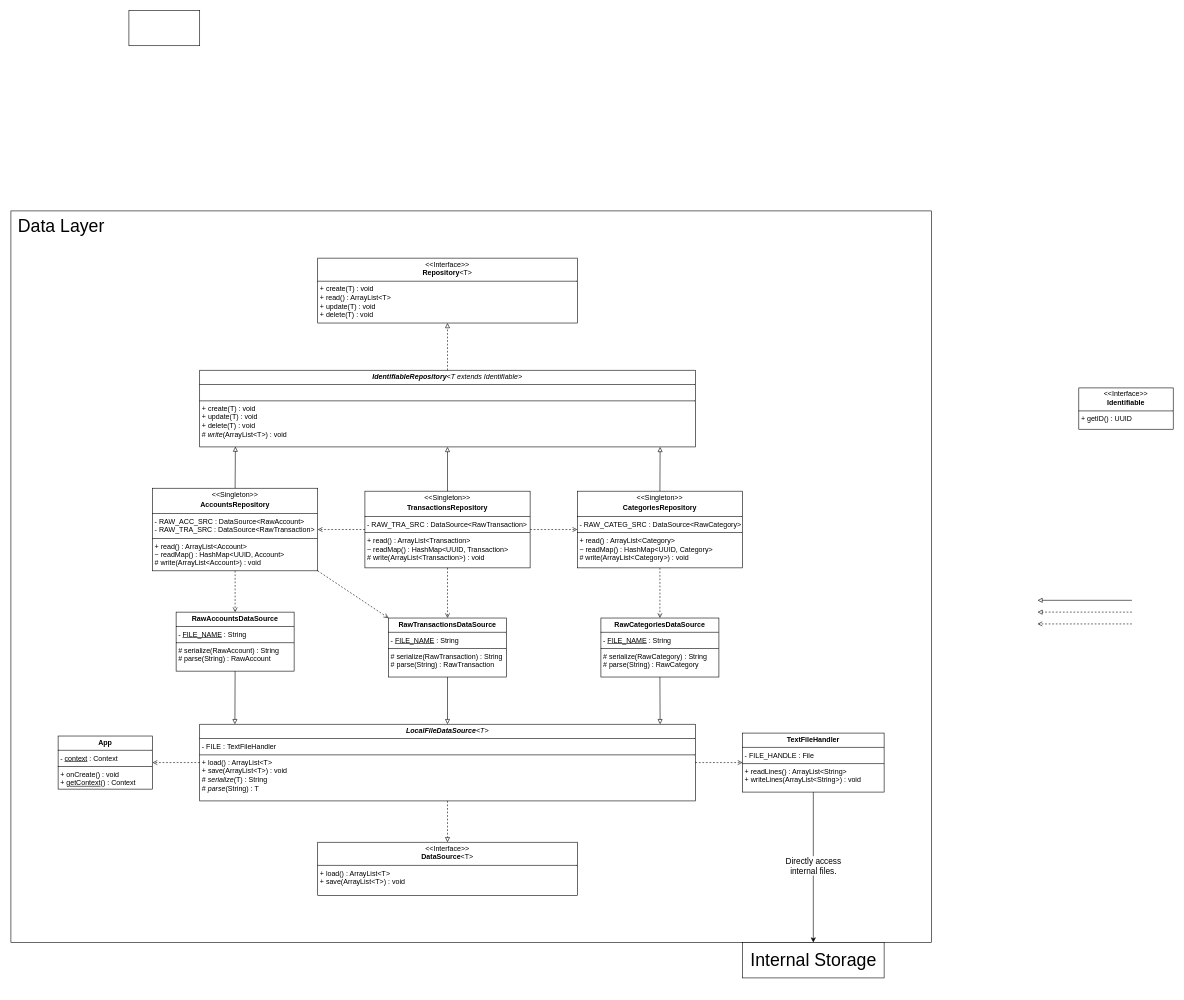
Above: docs/class-diagram.drawio in jaczanet/Expenses (draw.io), before the change. Source tidied: cells renumbered, new cells numbered last; positions are measured from the earlier drawing's top-left corner, leaving out a move shared by most shapes. Both pictures are drawn from the tidied source at 59%, with x=0, y=0 at pixel (11, 10).
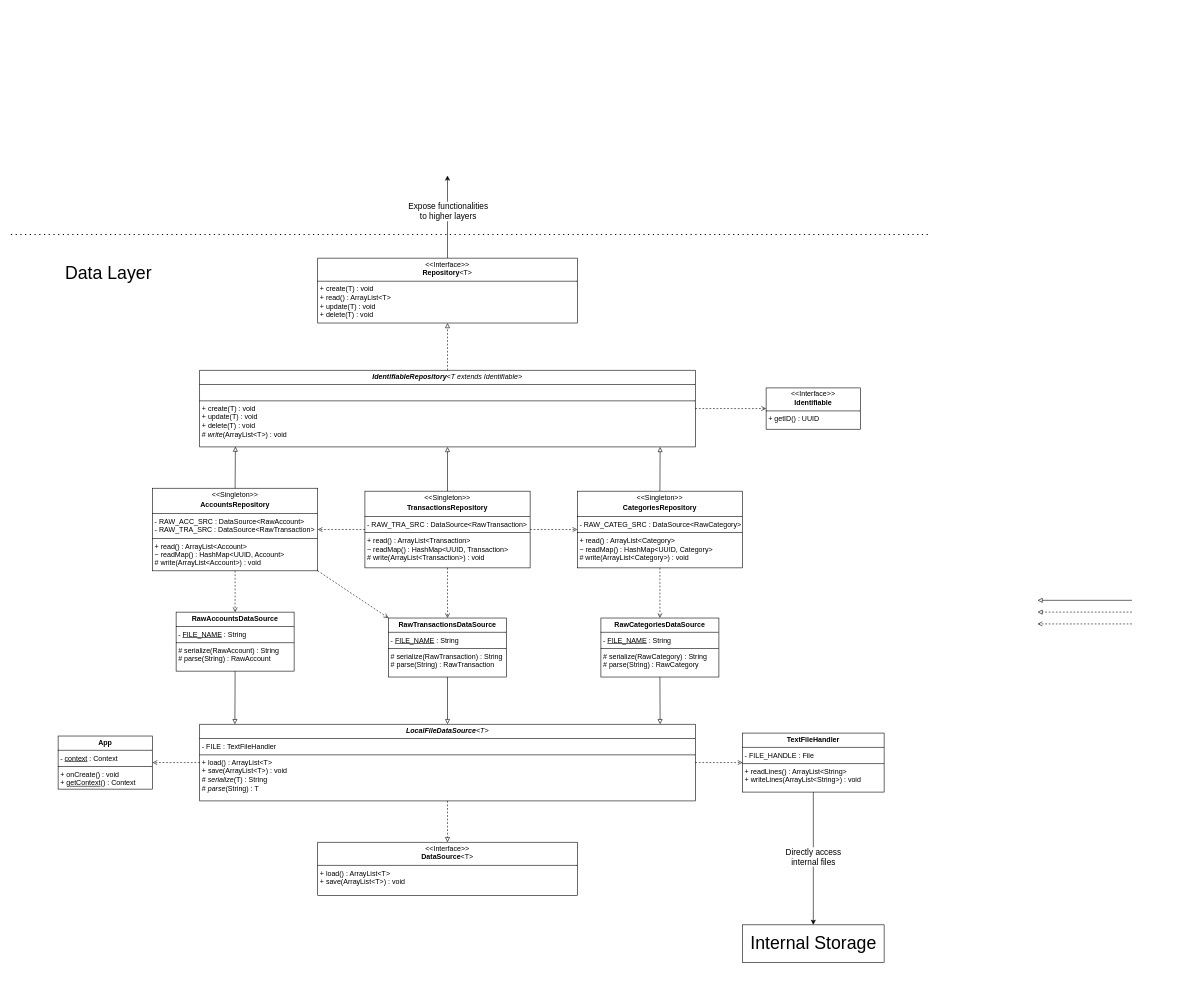
After the change.

Unchanged cells that the change refers to:
```xml
<mxCell id="5" style="group;" parent="1" vertex="1">
  <mxGeometry x="80" y="420" width="1400" height="1080" as="geometry" />
</mxCell>
<mxCell id="9" value="&lt;p style=&quot;margin:0px;margin-top:4px;text-align:center;&quot;&gt;&amp;lt;&amp;lt;Interface&amp;gt;&amp;gt;&lt;br&gt;&lt;b&gt;Repository&lt;/b&gt;&amp;lt;T&amp;gt;&lt;/p&gt;&lt;hr size=&quot;1&quot; style=&quot;border-style:solid;&quot;&gt;&lt;p style=&quot;margin:0px;margin-left:4px;&quot;&gt;+ create(T) : void&lt;br&gt;&lt;/p&gt;&lt;p style=&quot;margin:0px;margin-left:4px;&quot;&gt;+ read() : ArrayList&amp;lt;T&amp;gt;&lt;/p&gt;&lt;p style=&quot;margin:0px;margin-left:4px;&quot;&gt;+ update(T) : void&lt;/p&gt;&lt;p style=&quot;margin:0px;margin-left:4px;&quot;&gt;+ delete(T) : void&lt;/p&gt;" style="verticalAlign=top;align=left;overflow=fill;html=1;whiteSpace=wrap;" parent="5" vertex="1">
  <mxGeometry x="440" width="440" height="110" as="geometry" />
</mxCell>
<mxCell id="11" value="&lt;p style=&quot;margin:0px;margin-top:4px;text-align:center;&quot;&gt;&lt;i&gt;&lt;b&gt;IdentifiableRepository&lt;/b&gt;&amp;lt;T extends Identifiable&amp;gt;&lt;/i&gt;&lt;/p&gt;&lt;hr size=&quot;1&quot; style=&quot;border-style:solid;&quot;&gt;&lt;p style=&quot;margin:0px;margin-left:4px;&quot;&gt;&lt;br&gt;&lt;/p&gt;&lt;hr size=&quot;1&quot; style=&quot;border-style:solid;&quot;&gt;&lt;p style=&quot;margin: 0px 0px 0px 4px;&quot;&gt;+ create(T) : void&lt;br&gt;&lt;/p&gt;&lt;p style=&quot;margin: 0px 0px 0px 4px;&quot;&gt;&lt;span style=&quot;background-color: transparent; color: light-dark(rgb(0, 0, 0), rgb(255, 255, 255));&quot;&gt;+ update(T) : void&lt;/span&gt;&lt;/p&gt;&lt;p style=&quot;margin: 0px 0px 0px 4px;&quot;&gt;+ delete(T) : void&lt;/p&gt;&lt;p style=&quot;margin: 0px 0px 0px 4px;&quot;&gt;#&amp;nbsp;&lt;i&gt;write&lt;/i&gt;(ArrayList&amp;lt;T&amp;gt;) : void&lt;/p&gt;" style="verticalAlign=top;align=left;overflow=fill;html=1;whiteSpace=wrap;" parent="5" vertex="1">
  <mxGeometry x="240" y="190" width="840" height="130" as="geometry" />
</mxCell>
<mxCell id="42" style="edgeStyle=orthogonalEdgeStyle;rounded=0;jettySize=auto;html=1;exitX=0.5;exitY=1;exitDx=0;exitDy=0;entryX=0.5;entryY=0;entryDx=0;entryDy=0;" parent="1" edge="1" source="8" target="40">
  <mxGeometry relative="1" as="geometry" />
</mxCell>
```

The edit, as a diff of the source:
```diff
@@
-<mxGraphModel>
+<mxGraphModel background="#FFFFFF">
@@
     <mxCell id="2" style="group;" parent="1" vertex="1">
-      <mxGeometry y="340" width="1560" height="1240" as="geometry" />
+      <mxGeometry y="340" width="1560" height="1320" as="geometry" />
     </mxCell>
-    <mxCell id="3" style="rounded=0;whiteSpace=wrap;html=1;" parent="2" vertex="1">
-      <mxGeometry width="1560" height="1240" as="geometry" />
-    </mxCell>
-    <mxCell id="4" value="Data Layer" style="text;html=1;align=center;verticalAlign=middle;strokeColor=none;fillColor=none;fontSize=30;" parent="2" vertex="1">
-      <mxGeometry width="170" height="50" as="geometry" />
-    </mxCell>
+    <mxCell id="39" style="group;" parent="2" vertex="1">
+      <mxGeometry x="1240" y="1210" width="240" height="63.9" as="geometry" />
+    </mxCell>
+    <mxCell id="40" style="rounded=0;whiteSpace=wrap;html=1;" parent="39" vertex="1">
+      <mxGeometry width="240" height="63.9" as="geometry" />
+    </mxCell>
+    <mxCell id="41" value="Internal Storage" style="text;html=1;align=center;verticalAlign=middle;strokeColor=none;fillColor=none;fontSize=30;" parent="39" vertex="1">
+      <mxGeometry y="5.3" width="240" height="50" as="geometry" />
+    </mxCell>
+    <mxCell id="34" value="&lt;p style=&quot;margin:0px;margin-top:4px;text-align:center;&quot;&gt;&amp;lt;&amp;lt;Interface&amp;gt;&amp;gt;&lt;br&gt;&lt;b&gt;Identifiable&lt;/b&gt;&lt;/p&gt;&lt;hr size=&quot;1&quot; style=&quot;border-style:solid;&quot;&gt;&lt;p style=&quot;margin:0px;margin-left:4px;&quot;&gt;+ getID() : UUID&lt;br&gt;&lt;/p&gt;" style="verticalAlign=top;align=left;overflow=fill;html=1;whiteSpace=wrap;" parent="2" vertex="1">
+      <mxGeometry x="1280" y="300" width="160" height="70" as="geometry" />
+    </mxCell>
+    <mxCell id="44" style="endArrow=none;dashed=1;html=1;dashPattern=1 3;strokeWidth=2;rounded=0;" parent="2" edge="1">
+      <mxGeometry relative="1" as="geometry">
+        <mxPoint y="40" as="sourcePoint" />
+        <mxPoint x="1560" y="40" as="targetPoint" />
+      </mxGeometry>
+    </mxCell>
@@
+    <mxCell id="45" style="edgeStyle=orthogonalEdgeStyle;rounded=0;jettySize=auto;html=1;exitX=0.5;exitY=0;exitDx=0;exitDy=0;" parent="5" edge="1" source="9">
+      <mxGeometry relative="1" as="geometry">
+        <mxPoint x="660" y="-140" as="targetPoint" />
+      </mxGeometry>
+    </mxCell>
+    <mxCell id="46" value="&lt;font style=&quot;font-size: 14px;&quot;&gt;Expose functionalities&lt;/font&gt;&lt;div&gt;&lt;font style=&quot;font-size: 14px;&quot;&gt;to higher layers&lt;/font&gt;&lt;/div&gt;" style="edgeLabel;html=1;align=center;verticalAlign=middle;labelBackgroundColor=default;" parent="45" vertex="1">
+      <mxGeometry x="0.2" y="1" relative="1" as="geometry">
+        <mxPoint x="1" y="4" as="offset" />
+      </mxGeometry>
+    </mxCell>
@@
-    <mxCell id="34" value="&lt;p style=&quot;margin:0px;margin-top:4px;text-align:center;&quot;&gt;&amp;lt;&amp;lt;Interface&amp;gt;&amp;gt;&lt;br&gt;&lt;b&gt;Identifiable&lt;/b&gt;&lt;/p&gt;&lt;hr size=&quot;1&quot; style=&quot;border-style:solid;&quot;&gt;&lt;p style=&quot;margin:0px;margin-left:4px;&quot;&gt;+ getID() : UUID&lt;br&gt;&lt;/p&gt;" style="verticalAlign=top;align=left;overflow=fill;html=1;whiteSpace=wrap;" parent="1" vertex="1">
-      <mxGeometry x="1810" y="640" width="160" height="70" as="geometry" />
-    </mxCell>
+    <mxCell id="4" value="Data Layer" style="text;html=1;align=center;verticalAlign=middle;strokeColor=none;fillColor=none;fontSize=30;" parent="5" vertex="1">
+      <mxGeometry width="170" height="50" as="geometry" />
+    </mxCell>
@@
-    <mxCell id="38" style="rounded=0;whiteSpace=wrap;html=1;" parent="1" vertex="1">
-      <mxGeometry x="200" width="120" height="60" as="geometry" />
-    </mxCell>
-    <mxCell id="39" style="group;" parent="1" vertex="1">
-      <mxGeometry x="1240" y="1580" width="240" height="60" as="geometry" />
-    </mxCell>
-    <mxCell id="40" style="rounded=0;whiteSpace=wrap;html=1;" parent="39" vertex="1">
-      <mxGeometry width="240" height="60" as="geometry" />
-    </mxCell>
-    <mxCell id="41" value="Internal Storage" style="text;html=1;align=center;verticalAlign=middle;strokeColor=none;fillColor=none;fontSize=30;" parent="39" vertex="1">
-      <mxGeometry y="5" width="240" height="50" as="geometry" />
-    </mxCell>
@@
-    <mxCell id="43" value="&lt;font style=&quot;font-size: 14px;&quot;&gt;Directly access&lt;/font&gt;&lt;div&gt;&lt;font style=&quot;font-size: 14px;&quot;&gt;internal files.&lt;/font&gt;&lt;/div&gt;" style="edgeLabel;html=1;align=center;verticalAlign=middle;" parent="42" vertex="1">
+    <mxCell id="43" value="&lt;font style=&quot;font-size: 14px;&quot;&gt;Directly access&lt;/font&gt;&lt;div&gt;&lt;font style=&quot;font-size: 14px;&quot;&gt;internal files&lt;/font&gt;&lt;/div&gt;" style="edgeLabel;html=1;align=center;verticalAlign=middle;" parent="42" vertex="1">
       <mxGeometry x="-0.03" y="-1" relative="1" as="geometry" />
     </mxCell>
+    <mxCell id="47" style="rounded=0;jettySize=auto;html=1;exitX=1;exitY=0.5;exitDx=0;exitDy=0;entryX=0;entryY=0.5;entryDx=0;entryDy=0;endSize=6;strokeWidth=1;endArrow=open;endFill=0;dashed=1;" parent="1" edge="1" source="11" target="34">
+      <mxGeometry relative="1" as="geometry" />
+    </mxCell>
```
